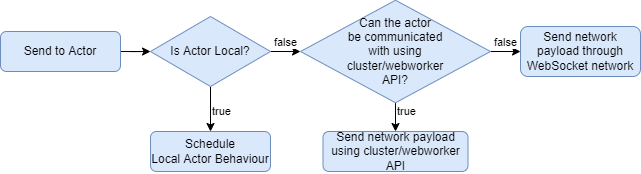
The draw.io diagram documentation/fyp-report/resources/communication.png in Android2771/actors-fyp, before a commit. Source tidied: cells renumbered, new cells last; positions are measured from the earlier drawing's top-left corner, leaving out a move shared by most shapes.
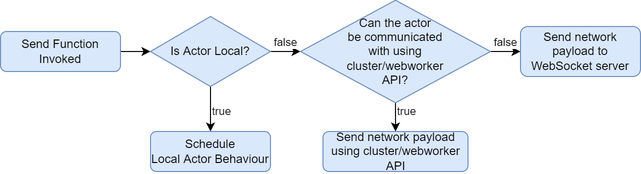
After the commit.

Change to the diagram source:
```diff
@@ -5,7 +5,7 @@
     <mxCell id="2" style="edgeStyle=orthogonalEdgeStyle;rounded=0;jettySize=auto;html=1;exitX=1;exitY=0.5;exitDx=0;exitDy=0;" parent="1" edge="1" source="3" target="6">
       <mxGeometry relative="1" as="geometry" />
     </mxCell>
-    <mxCell id="3" value="Send to Actor" style="rounded=1;whiteSpace=wrap;html=1;fontSize=12;glass=0;strokeWidth=1;shadow=0;fillColor=#dae8fc;strokeColor=#6c8ebf;" parent="1" vertex="1">
+    <mxCell id="3" value="Send Function Invoked" style="rounded=1;whiteSpace=wrap;html=1;fontSize=12;glass=0;strokeWidth=1;shadow=0;fillColor=#dae8fc;strokeColor=#6c8ebf;" parent="1" vertex="1">
       <mxGeometry y="31" width="120" height="40" as="geometry" />
     </mxCell>
     <mxCell id="4" value="true" style="edgeStyle=orthogonalEdgeStyle;rounded=0;jettySize=auto;html=1;exitX=0.5;exitY=1;exitDx=0;exitDy=0;entryX=0.5;entryY=0;entryDx=0;entryDy=0;labelPosition=right;verticalLabelPosition=middle;align=left;verticalAlign=middle;" parent="1" edge="1" source="6" target="10">
@@ -36,7 +36,7 @@
     <mxCell id="11" value="Send network payload using cluster/webworker API" style="rounded=1;whiteSpace=wrap;html=1;fillColor=#dae8fc;strokeColor=#6c8ebf;" parent="1" vertex="1">
       <mxGeometry x="322.5" y="131" width="145" height="40" as="geometry" />
     </mxCell>
-    <mxCell id="12" value="Send network payload through WebSocket network" style="rounded=1;whiteSpace=wrap;html=1;fillColor=#dae8fc;strokeColor=#6c8ebf;" parent="1" vertex="1">
+    <mxCell id="12" value="Send network payload to WebSocket server" style="rounded=1;whiteSpace=wrap;html=1;fillColor=#dae8fc;strokeColor=#6c8ebf;" parent="1" vertex="1">
       <mxGeometry x="520" y="26" width="120" height="50" as="geometry" />
     </mxCell>
   </root>
```
